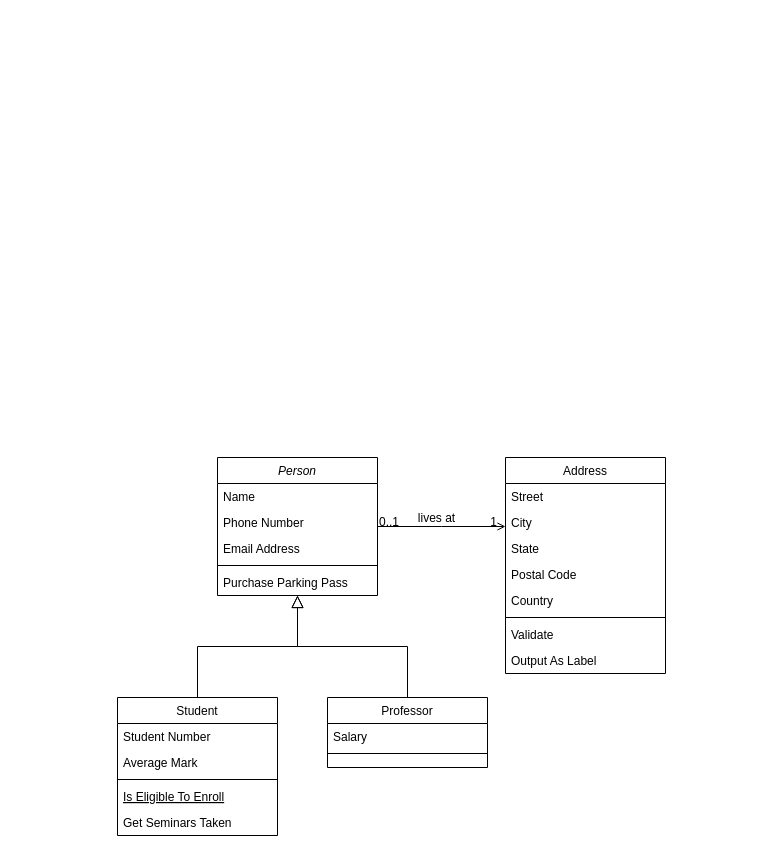
This is Untitled Diagram.drawio from omritamam/Pepse, a draw.io file, before an edit. Source tidied: cells renumbered, new cells numbered last; positions are measured from the earlier drawing's top-left corner, leaving out a move shared by most shapes. Both pictures are drawn from the tidied source at 100%, with x=0, y=0 at pixel (117, 457).
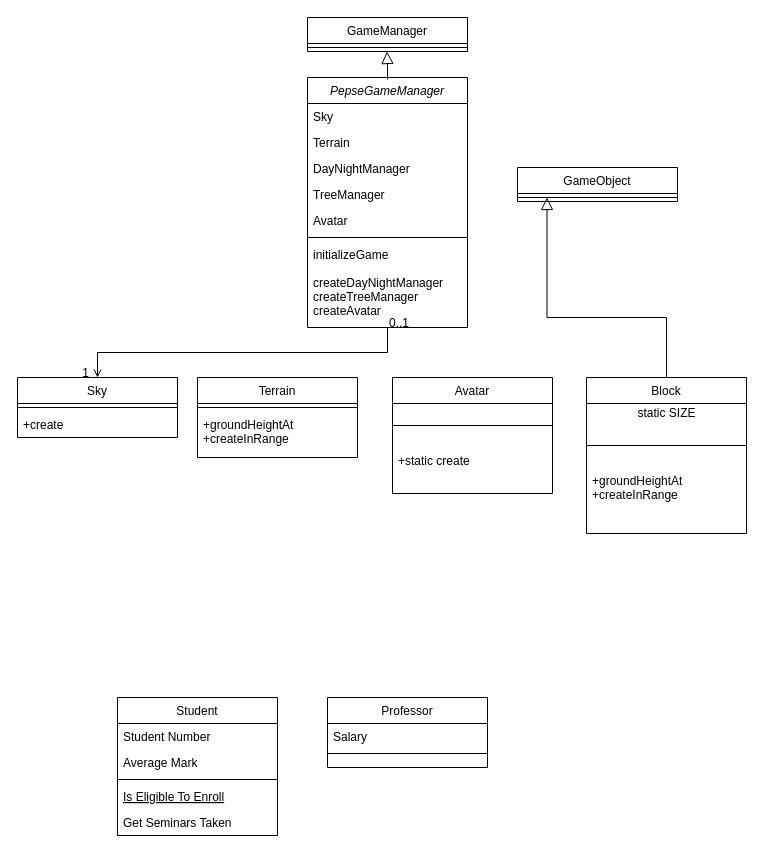
The same page after the edit.

Unchanged cells that the change refers to:
```xml
<mxCell id="8" value="Student" style="swimlane;fontStyle=0;align=center;verticalAlign=top;horizontal=1;startSize=26;rounded=0;shadow=0;strokeWidth=1;" parent="1" vertex="1">
  <mxGeometry y="240" width="160" height="138" as="geometry" />
</mxCell>
<mxCell id="15" value="Professor" style="swimlane;fontStyle=0;align=center;verticalAlign=top;horizontal=1;startSize=26;rounded=0;shadow=0;strokeWidth=1;" parent="1" vertex="1">
  <mxGeometry x="210" y="240" width="160" height="70" as="geometry" />
</mxCell>
<mxCell id="28" style="endArrow=open;shadow=0;strokeWidth=1;rounded=0;endFill=1;edgeStyle=elbowEdgeStyle;elbow=vertical;" parent="1" edge="1" source="2" target="19">
  <mxGeometry x="0.5" y="41" relative="1" as="geometry">
    <mxPoint x="-40" y="32" as="offset" />
  </mxGeometry>
</mxCell>
```

The edit, as a diff of the source:
```diff
@@
-    <mxCell id="2" value="Person" style="swimlane;fontStyle=2;align=center;verticalAlign=top;horizontal=1;startSize=26;rounded=0;shadow=0;strokeWidth=1;" parent="1" vertex="1">
-      <mxGeometry x="100" width="160" height="138" as="geometry" />
+    <mxCell id="2" value="PepseGameManager" style="swimlane;fontStyle=2;align=center;verticalAlign=top;horizontal=1;startSize=26;rounded=0;shadow=0;strokeWidth=1;" parent="1" vertex="1">
+      <mxGeometry x="190" y="-380" width="160" height="250" as="geometry" />
     </mxCell>
-    <mxCell id="3" value="Name" style="text;align=left;verticalAlign=top;spacingLeft=4;spacingRight=4;overflow=hidden;" parent="2" vertex="1">
+    <mxCell id="3" value="Sky   " style="text;align=left;verticalAlign=top;spacingLeft=4;spacingRight=4;overflow=hidden;" parent="2" vertex="1">
       <mxGeometry y="26" width="160" height="26" as="geometry" />
     </mxCell>
-    <mxCell id="4" value="Phone Number" style="text;align=left;verticalAlign=top;spacingLeft=4;spacingRight=4;overflow=hidden;rounded=0;shadow=0;html=0;" parent="2" vertex="1">
+    <mxCell id="4" value="Terrain" style="text;align=left;verticalAlign=top;spacingLeft=4;spacingRight=4;overflow=hidden;rounded=0;shadow=0;html=0;" parent="2" vertex="1">
       <mxGeometry y="52" width="160" height="26" as="geometry" />
     </mxCell>
-    <mxCell id="5" value="Email Address" style="text;align=left;verticalAlign=top;spacingLeft=4;spacingRight=4;overflow=hidden;rounded=0;shadow=0;html=0;" parent="2" vertex="1">
+    <mxCell id="5" value="DayNightManager" style="text;align=left;verticalAlign=top;spacingLeft=4;spacingRight=4;overflow=hidden;rounded=0;shadow=0;html=0;" parent="2" vertex="1">
       <mxGeometry y="78" width="160" height="26" as="geometry" />
     </mxCell>
+    <mxCell id="32" value="TreeManager" style="text;align=left;verticalAlign=top;spacingLeft=4;spacingRight=4;overflow=hidden;rounded=0;shadow=0;html=0;" parent="2" vertex="1">
+      <mxGeometry y="104" width="160" height="26" as="geometry" />
+    </mxCell>
+    <mxCell id="33" value="Avatar" style="text;align=left;verticalAlign=top;spacingLeft=4;spacingRight=4;overflow=hidden;rounded=0;shadow=0;html=0;" parent="2" vertex="1">
+      <mxGeometry y="130" width="160" height="26" as="geometry" />
+    </mxCell>
     <mxCell id="6" style="line;html=1;strokeWidth=1;align=left;verticalAlign=middle;spacingTop=-1;spacingLeft=3;spacingRight=3;labelPosition=right;" parent="2" vertex="1">
-      <mxGeometry y="104" width="160" height="8" as="geometry" />
+      <mxGeometry y="156" width="160" height="8" as="geometry" />
     </mxCell>
-    <mxCell id="7" value="Purchase Parking Pass" style="text;align=left;verticalAlign=top;spacingLeft=4;spacingRight=4;overflow=hidden;" parent="2" vertex="1">
-      <mxGeometry y="112" width="160" height="26" as="geometry" />
+    <mxCell id="7" value="initializeGame&#10;&#10;createDayNightManager&#10;createTreeManager&#10;createAvatar" style="text;align=left;verticalAlign=top;spacingLeft=4;spacingRight=4;overflow=hidden;" parent="2" vertex="1">
+      <mxGeometry y="164" width="160" height="86" as="geometry" />
     </mxCell>
@@
-    <mxCell id="14" style="endArrow=block;endSize=10;endFill=0;shadow=0;strokeWidth=1;rounded=0;edgeStyle=elbowEdgeStyle;elbow=vertical;" parent="1" edge="1" source="8" target="2">
-      <mxGeometry relative="1" as="geometry" />
-    </mxCell>
@@
-    <mxCell id="18" style="endArrow=block;endSize=10;endFill=0;shadow=0;strokeWidth=1;rounded=0;edgeStyle=elbowEdgeStyle;elbow=vertical;" parent="1" edge="1" source="15" target="2">
-      <mxGeometry relative="1" as="geometry" />
-    </mxCell>
-    <mxCell id="19" value="Address" style="swimlane;fontStyle=0;align=center;verticalAlign=top;horizontal=1;startSize=26;rounded=0;shadow=0;strokeWidth=1;" parent="1" vertex="1">
-      <mxGeometry x="388" width="160" height="216" as="geometry" />
+    <mxCell id="19" value="Sky" style="swimlane;fontStyle=0;align=center;verticalAlign=top;horizontal=1;startSize=26;rounded=0;shadow=0;strokeWidth=1;" parent="1" vertex="1">
+      <mxGeometry x="-100" y="-80" width="160" height="60" as="geometry" />
     </mxCell>
-    <mxCell id="20" value="Street" style="text;align=left;verticalAlign=top;spacingLeft=4;spacingRight=4;overflow=hidden;" parent="19" vertex="1">
-      <mxGeometry y="26" width="160" height="26" as="geometry" />
-    </mxCell>
-    <mxCell id="21" value="City" style="text;align=left;verticalAlign=top;spacingLeft=4;spacingRight=4;overflow=hidden;rounded=0;shadow=0;html=0;" parent="19" vertex="1">
-      <mxGeometry y="52" width="160" height="26" as="geometry" />
-    </mxCell>
-    <mxCell id="22" value="State" style="text;align=left;verticalAlign=top;spacingLeft=4;spacingRight=4;overflow=hidden;rounded=0;shadow=0;html=0;" parent="19" vertex="1">
-      <mxGeometry y="78" width="160" height="26" as="geometry" />
-    </mxCell>
-    <mxCell id="23" value="Postal Code" style="text;align=left;verticalAlign=top;spacingLeft=4;spacingRight=4;overflow=hidden;rounded=0;shadow=0;html=0;" parent="19" vertex="1">
-      <mxGeometry y="104" width="160" height="26" as="geometry" />
-    </mxCell>
-    <mxCell id="24" value="Country" style="text;align=left;verticalAlign=top;spacingLeft=4;spacingRight=4;overflow=hidden;rounded=0;shadow=0;html=0;" parent="19" vertex="1">
-      <mxGeometry y="130" width="160" height="26" as="geometry" />
-    </mxCell>
     <mxCell id="25" style="line;html=1;strokeWidth=1;align=left;verticalAlign=middle;spacingTop=-1;spacingLeft=3;spacingRight=3;labelPosition=right;" parent="19" vertex="1">
-      <mxGeometry y="156" width="160" height="8" as="geometry" />
+      <mxGeometry y="26" width="160" height="8" as="geometry" />
     </mxCell>
-    <mxCell id="26" value="Validate" style="text;align=left;verticalAlign=top;spacingLeft=4;spacingRight=4;overflow=hidden;" parent="19" vertex="1">
-      <mxGeometry y="164" width="160" height="26" as="geometry" />
+    <mxCell id="26" value="+create" style="text;align=left;verticalAlign=top;spacingLeft=4;spacingRight=4;overflow=hidden;" parent="19" vertex="1">
+      <mxGeometry y="34" width="160" height="26" as="geometry" />
     </mxCell>
-    <mxCell id="27" value="Output As Label" style="text;align=left;verticalAlign=top;spacingLeft=4;spacingRight=4;overflow=hidden;" parent="19" vertex="1">
-      <mxGeometry y="190" width="160" height="26" as="geometry" />
-    </mxCell>
@@
-    <mxCell id="31" value="lives at" style="text;html=1;align=center;verticalAlign=middle;labelBackgroundColor=none;rounded=0;shadow=0;strokeWidth=1;fontSize=12;" parent="28" vertex="1">
-      <mxGeometry x="0.5" y="49" relative="1" as="geometry">
-        <mxPoint x="-38" y="40" as="offset" />
-      </mxGeometry>
-    </mxCell>
+    <mxCell id="34" style="endArrow=block;endSize=10;endFill=0;shadow=0;strokeWidth=1;rounded=0;edgeStyle=elbowEdgeStyle;elbow=vertical;" parent="1" edge="1">
+      <mxGeometry relative="1" as="geometry">
+        <mxPoint x="270" y="-378" as="sourcePoint" />
+        <mxPoint x="269.5" y="-406" as="targetPoint" />
+      </mxGeometry>
+    </mxCell>
+    <mxCell id="35" value="GameManager" style="swimlane;fontStyle=0;align=center;verticalAlign=top;horizontal=1;startSize=26;rounded=0;shadow=0;strokeWidth=1;" parent="1" vertex="1">
+      <mxGeometry x="190" y="-440" width="160" height="34" as="geometry" />
+    </mxCell>
+    <mxCell id="36" style="line;html=1;strokeWidth=1;align=left;verticalAlign=middle;spacingTop=-1;spacingLeft=3;spacingRight=3;labelPosition=right;" parent="35" vertex="1">
+      <mxGeometry y="26" width="160" height="8" as="geometry" />
+    </mxCell>
+    <mxCell id="37" style="endArrow=block;endSize=10;endFill=0;shadow=0;strokeWidth=1;rounded=0;edgeStyle=elbowEdgeStyle;elbow=vertical;exitX=0.5;exitY=0;exitDx=0;exitDy=0;" parent="1" edge="1" source="43">
+      <mxGeometry relative="1" as="geometry">
+        <mxPoint x="429.5" y="-260" as="targetPoint" />
+        <Array as="points">
+          <mxPoint x="430" y="-140" />
+          <mxPoint x="420" y="-160" />
+        </Array>
+      </mxGeometry>
+    </mxCell>
+    <mxCell id="38" value="GameObject" style="swimlane;fontStyle=0;align=center;verticalAlign=top;horizontal=1;startSize=26;rounded=0;shadow=0;strokeWidth=1;" parent="1" vertex="1">
+      <mxGeometry x="400" y="-290" width="160" height="34" as="geometry" />
+    </mxCell>
+    <mxCell id="39" style="line;html=1;strokeWidth=1;align=left;verticalAlign=middle;spacingTop=-1;spacingLeft=3;spacingRight=3;labelPosition=right;" parent="38" vertex="1">
+      <mxGeometry y="26" width="160" height="8" as="geometry" />
+    </mxCell>
+    <mxCell id="40" value="Terrain" style="swimlane;fontStyle=0;align=center;verticalAlign=top;horizontal=1;startSize=26;rounded=0;shadow=0;strokeWidth=1;" parent="1" vertex="1">
+      <mxGeometry x="80" y="-80" width="160" height="80" as="geometry" />
+    </mxCell>
+    <mxCell id="41" style="line;html=1;strokeWidth=1;align=left;verticalAlign=middle;spacingTop=-1;spacingLeft=3;spacingRight=3;labelPosition=right;" parent="40" vertex="1">
+      <mxGeometry y="26" width="160" height="8" as="geometry" />
+    </mxCell>
+    <mxCell id="42" value="+groundHeightAt&#10;+createInRange" style="text;align=left;verticalAlign=top;spacingLeft=4;spacingRight=4;overflow=hidden;" parent="40" vertex="1">
+      <mxGeometry y="34" width="160" height="46" as="geometry" />
+    </mxCell>
+    <mxCell id="43" value="Block" style="swimlane;fontStyle=0;align=center;verticalAlign=top;horizontal=1;startSize=26;rounded=0;shadow=0;strokeWidth=1;" parent="1" vertex="1">
+      <mxGeometry x="469" y="-80" width="160" height="156" as="geometry" />
+    </mxCell>
+    <mxCell id="44" value="static SIZE" style="text;html=1;align=center;verticalAlign=middle;strokeColor=none;fillColor=none;" parent="43" vertex="1">
+      <mxGeometry y="26" width="160" height="20" as="geometry" />
+    </mxCell>
+    <mxCell id="45" style="line;html=1;strokeWidth=1;align=left;verticalAlign=middle;spacingTop=-1;spacingLeft=3;spacingRight=3;labelPosition=right;" parent="43" vertex="1">
+      <mxGeometry y="46" width="160" height="44" as="geometry" />
+    </mxCell>
+    <mxCell id="46" value="+groundHeightAt&#10;+createInRange" style="text;align=left;verticalAlign=top;spacingLeft=4;spacingRight=4;overflow=hidden;" parent="43" vertex="1">
+      <mxGeometry y="90" width="160" height="66" as="geometry" />
+    </mxCell>
+    <mxCell id="47" value="Avatar" style="swimlane;fontStyle=0;align=center;verticalAlign=top;horizontal=1;startSize=26;rounded=0;shadow=0;strokeWidth=1;" parent="1" vertex="1">
+      <mxGeometry x="275" y="-80" width="160" height="116" as="geometry" />
+    </mxCell>
+    <mxCell id="48" style="line;html=1;strokeWidth=1;align=left;verticalAlign=middle;spacingTop=-1;spacingLeft=3;spacingRight=3;labelPosition=right;" parent="47" vertex="1">
+      <mxGeometry y="26" width="160" height="44" as="geometry" />
+    </mxCell>
+    <mxCell id="49" value="+static create" style="text;align=left;verticalAlign=top;spacingLeft=4;spacingRight=4;overflow=hidden;" parent="47" vertex="1">
+      <mxGeometry y="70" width="160" height="46" as="geometry" />
+    </mxCell>
```
